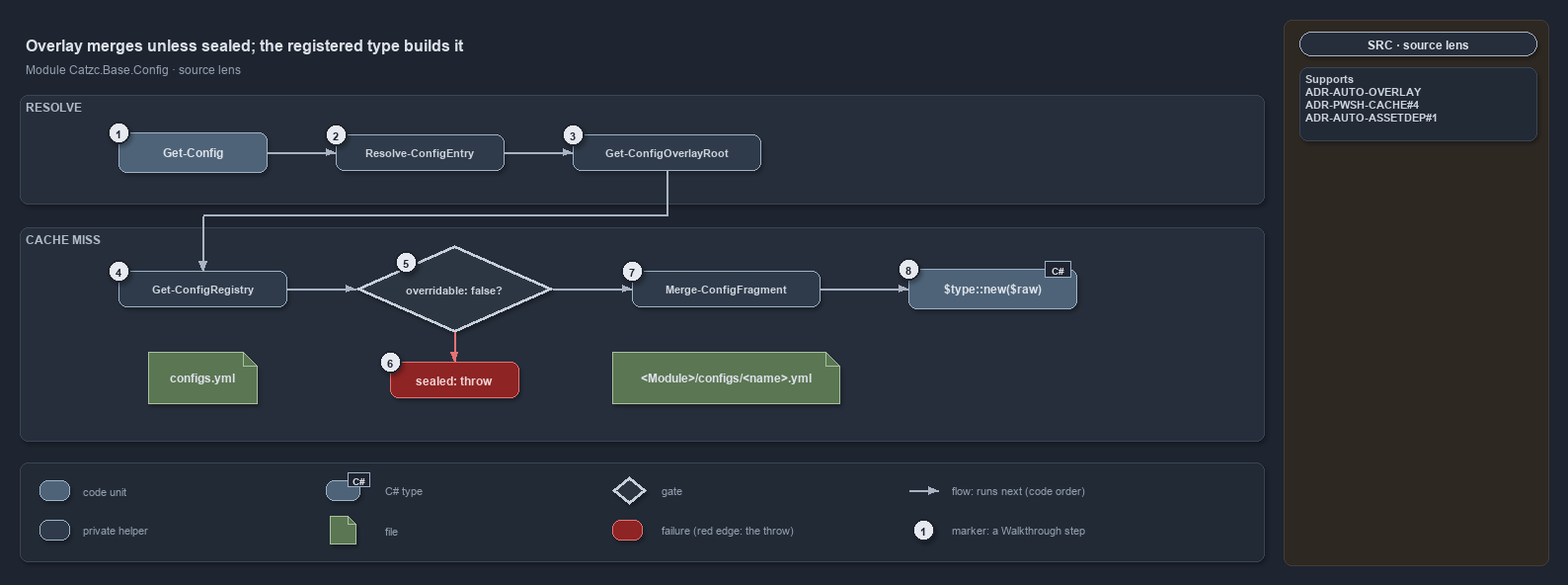
casperease/catzc keeps this draw.io diagram as docs/references/pwsh/.assets/get-config-merge-seal-type/diagram.drawio.png. Above is the earlier version. Source tidied: cells renumbered, new cells last; positions are measured from the earlier drawing's top-left corner, leaving out a move shared by most shapes.
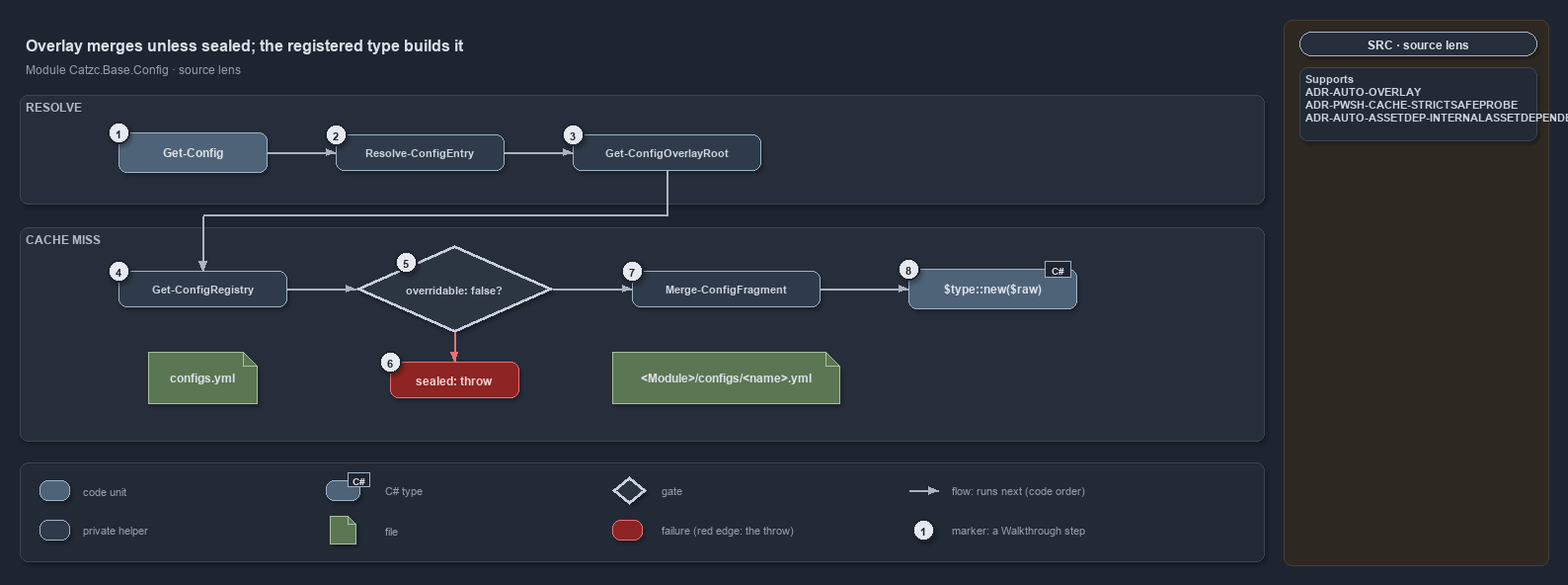
After the commit.

What changed in the source:
```diff
@@ -170,7 +170,7 @@
     <mxCell id="57" value="SRC · source lens" style="rounded=1;arcSize=50;whiteSpace=wrap;html=1;fillColor=#262E3B;strokeColor=#AAB4C3;fontColor=#DDE2E9;fontStyle=1;fontSize=12;" parent="1" vertex="1">
       <mxGeometry x="1296" y="12" width="240" height="24" as="geometry" />
     </mxCell>
-    <mxCell id="58" value="&lt;b&gt;Supports&lt;/b&gt;&lt;br&gt;ADR-AUTO-OVERLAY&lt;br&gt;ADR-PWSH-CACHE#4&lt;br&gt;ADR-AUTO-ASSETDEP#1" style="rounded=1;arcSize=6;whiteSpace=wrap;html=1;align=left;verticalAlign=top;spacingLeft=6;fontSize=11;fontColor=#CDD3DC;fillColor=#222A36;strokeColor=#3A4555;" parent="1" vertex="1">
+    <mxCell id="58" value="&lt;b&gt;Supports&lt;/b&gt;&lt;br&gt;ADR-AUTO-OVERLAY&lt;br&gt;ADR-PWSH-CACHE-STRICTSAFEPROBE&lt;br&gt;ADR-AUTO-ASSETDEP-INTERNALASSETDEPENDENCY" style="rounded=1;arcSize=6;whiteSpace=wrap;html=1;align=left;verticalAlign=top;spacingLeft=6;fontSize=11;fontColor=#CDD3DC;fillColor=#222A36;strokeColor=#3A4555;" parent="1" vertex="1">
       <mxGeometry x="1296" y="48" width="240" height="74" as="geometry" />
     </mxCell>
   </root>
```
